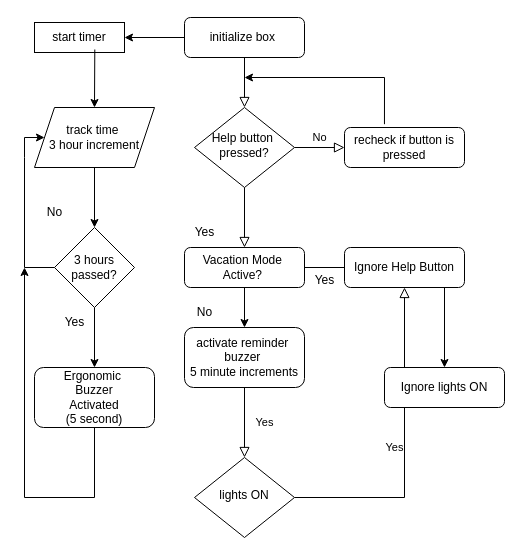
This is studentHelpButton/.github/workflows/Untitled Diagram.drawio from cyberike/SmartRoom, a draw.io file, before an edit. Source tidied: cells renumbered, new cells numbered last; positions are measured from the earlier drawing's top-left corner, leaving out a move shared by most shapes. Both pictures are drawn from the tidied source at 100%, with x=0, y=0 at pixel (24, 17).
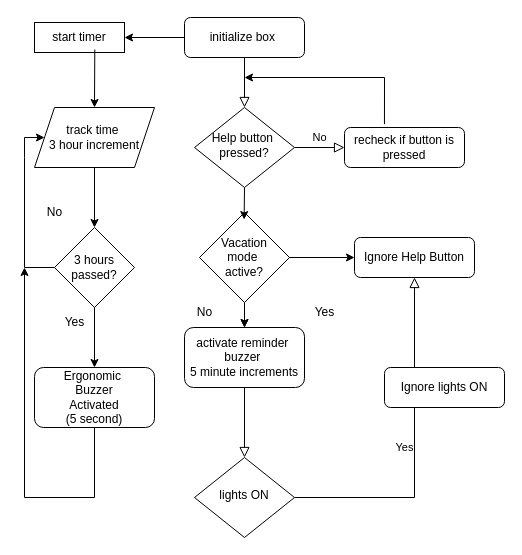
The same page after the edit.

The change refers to these unchanged cells:
```xml
<mxCell id="6" value="Help button&amp;nbsp;&lt;div&gt;pressed?&lt;/div&gt;" style="rhombus;whiteSpace=wrap;html=1;shadow=0;fontFamily=Helvetica;fontSize=12;align=center;strokeWidth=1;spacing=6;spacingTop=-4;" parent="1" vertex="1">
  <mxGeometry x="170" y="90" width="100" height="80" as="geometry" />
</mxCell>
<mxCell id="9" value="lights ON" style="rhombus;whiteSpace=wrap;html=1;shadow=0;fontFamily=Helvetica;fontSize=12;align=center;strokeWidth=1;spacing=6;spacingTop=-4;" parent="1" vertex="1">
  <mxGeometry x="170" y="440" width="100" height="80" as="geometry" />
</mxCell>
<mxCell id="12" value="Ignore lights ON" style="rounded=1;whiteSpace=wrap;html=1;fontSize=12;glass=0;strokeWidth=1;shadow=0;" parent="1" vertex="1">
  <mxGeometry x="360" y="350" width="120" height="40" as="geometry" />
</mxCell>
<mxCell id="28" value="activate reminder&amp;nbsp;&lt;div&gt;buzzer&amp;nbsp;&lt;/div&gt;&lt;div&gt;5 minute increments&lt;/div&gt;" style="rounded=1;whiteSpace=wrap;html=1;" parent="1" vertex="1">
  <mxGeometry x="160" y="310" width="120" height="60" as="geometry" />
</mxCell>
```

Diff of the diagram source:
```diff
@@
-    <mxCell id="4" value="Yes" style="rounded=0;html=1;jettySize=auto;fontSize=11;endArrow=block;endFill=0;endSize=8;strokeWidth=1;shadow=0;labelBackgroundColor=none;edgeStyle=orthogonalEdgeStyle;" parent="1" edge="1" source="28" target="9">
+    <mxCell id="4" style="rounded=0;html=1;jettySize=auto;fontSize=11;endArrow=block;endFill=0;endSize=8;strokeWidth=1;shadow=0;labelBackgroundColor=none;edgeStyle=orthogonalEdgeStyle;" parent="1" edge="1" source="28" target="9">
       <mxGeometry y="20" relative="1" as="geometry" />
     </mxCell>
@@
-    <mxCell id="10" style="edgeStyle=orthogonalEdgeStyle;rounded=0;jettySize=auto;html=1;" parent="1" edge="1" source="27" target="12">
-      <mxGeometry relative="1" as="geometry" />
-    </mxCell>
     <mxCell id="11" value="Ignore Help Button" style="rounded=1;whiteSpace=wrap;html=1;fontSize=12;glass=0;strokeWidth=1;shadow=0;" parent="1" vertex="1">
-      <mxGeometry x="320" y="230" width="120" height="40" as="geometry" />
+      <mxGeometry x="330" y="220" width="120" height="40" as="geometry" />
     </mxCell>
@@
-    <mxCell id="25" value="Yes" style="text;html=1;align=center;verticalAlign=middle;strokeColor=none;fillColor=none;" parent="1" vertex="1">
-      <mxGeometry x="160" y="200" width="40" height="30" as="geometry" />
-    </mxCell>
-    <mxCell id="26" style="rounded=0;html=1;jettySize=auto;fontSize=11;endArrow=block;endFill=0;endSize=8;strokeWidth=1;shadow=0;labelBackgroundColor=none;edgeStyle=orthogonalEdgeStyle;" parent="1" edge="1" source="6" target="27">
-      <mxGeometry y="20" relative="1" as="geometry" />
-    </mxCell>
-    <mxCell id="27" value="Vacation Mode&amp;nbsp;&lt;div&gt;Active?&amp;nbsp;&lt;/div&gt;" style="rounded=1;whiteSpace=wrap;html=1;fontSize=12;glass=0;strokeWidth=1;shadow=0;" parent="1" vertex="1">
-      <mxGeometry x="160" y="230" width="120" height="40" as="geometry" />
-    </mxCell>
@@
     <mxCell id="30" value="Yes" style="text;html=1;align=center;verticalAlign=middle;strokeColor=none;fillColor=none;" parent="1" vertex="1">
-      <mxGeometry x="280" y="248" width="40" height="30" as="geometry" />
+      <mxGeometry x="280" y="280" width="40" height="30" as="geometry" />
     </mxCell>
@@
-    <mxCell id="32" style="endArrow=classic;html=1;rounded=0;exitX=0.5;exitY=1;exitDx=0;exitDy=0;entryX=0.5;entryY=0;entryDx=0;entryDy=0;" parent="1" edge="1" source="27" target="28">
-      <mxGeometry relative="1" as="geometry" />
+    <mxCell id="32" style="endArrow=classic;html=1;rounded=0;exitX=0.5;exitY=1;exitDx=0;exitDy=0;entryX=0.5;entryY=0;entryDx=0;entryDy=0;" parent="1" edge="1" target="28">
+      <mxGeometry relative="1" as="geometry">
+        <mxPoint x="220" y="270" as="sourcePoint" />
+      </mxGeometry>
     </mxCell>
+    <mxCell id="33" style="edgeStyle=orthogonalEdgeStyle;rounded=0;jettySize=auto;html=1;exitX=0.5;exitY=1;exitDx=0;exitDy=0;" parent="1" edge="1" source="34">
+      <mxGeometry relative="1" as="geometry">
+        <mxPoint x="220" y="310" as="targetPoint" />
+      </mxGeometry>
+    </mxCell>
+    <mxCell id="34" value="Vacation&lt;div&gt;mode&amp;nbsp;&lt;/div&gt;&lt;div&gt;active?&lt;/div&gt;" style="rhombus;whiteSpace=wrap;html=1;" parent="1" vertex="1">
+      <mxGeometry x="175" y="195" width="90" height="90" as="geometry" />
+    </mxCell>
+    <mxCell id="35" style="endArrow=classic;html=1;rounded=0;exitX=1;exitY=0.5;exitDx=0;exitDy=0;entryX=0;entryY=0.5;entryDx=0;entryDy=0;" parent="1" edge="1" source="34" target="11">
+      <mxGeometry relative="1" as="geometry" />
+    </mxCell>
+    <mxCell id="36" style="endArrow=classic;html=1;rounded=0;exitX=0.5;exitY=1;exitDx=0;exitDy=0;entryX=0.496;entryY=0.078;entryDx=0;entryDy=0;entryPerimeter=0;" parent="1" edge="1" source="6" target="34">
+      <mxGeometry relative="1" as="geometry" />
+    </mxCell>
```
